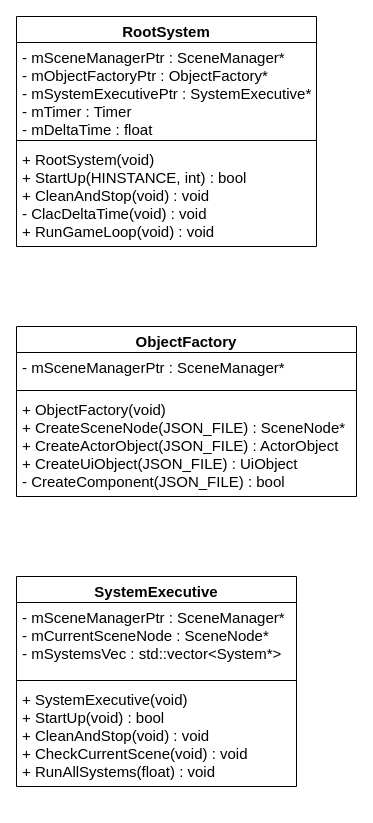
Above: page "Root" (3 of 7) of HycFrame3D.drawio in HIBICUS-CAI/HycFrame3D (draw.io), before the change. Source tidied: cells renumbered, new cells numbered last; positions are measured from the earlier drawing's top-left corner, leaving out a move shared by most shapes. Both pictures are drawn from the tidied source at 100%, with x=0, y=0 at pixel (16, 16).
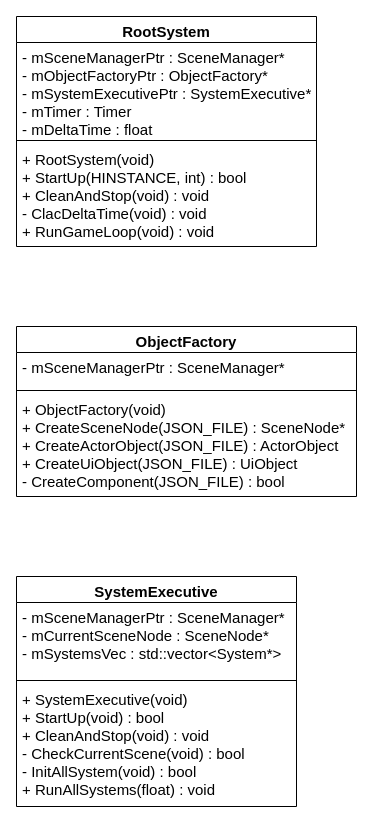
The same diagram, later.

What changed in the source:
```diff
@@
 <mxGraphModel>
   <root>
     <mxCell id="0" />
     <mxCell id="1" parent="0" />
     <mxCell id="2" value="RootSystem" style="swimlane;fontStyle=1;align=center;verticalAlign=top;horizontal=1;startSize=26;fontSize=15;" parent="1" vertex="1">
       <mxGeometry width="300" height="230" as="geometry" />
     </mxCell>
     <mxCell id="3" value="- mSceneManagerPtr : SceneManager*&#10;- mObjectFactoryPtr : ObjectFactory*&#10;- mSystemExecutivePtr : SystemExecutive*&#10;- mTimer : Timer&#10;- mDeltaTime : float" style="text;strokeColor=none;fillColor=none;align=left;verticalAlign=top;spacingLeft=4;spacingRight=4;overflow=hidden;fontSize=15;" parent="2" vertex="1">
       <mxGeometry y="26" width="300" height="94" as="geometry" />
     </mxCell>
     <mxCell id="4" style="line;strokeWidth=1;fillColor=none;align=left;verticalAlign=middle;spacingTop=-1;spacingLeft=3;spacingRight=3;labelPosition=right;" parent="2" vertex="1">
       <mxGeometry y="120" width="300" height="8" as="geometry" />
     </mxCell>
     <mxCell id="5" value="+ RootSystem(void)&#10;+ StartUp(HINSTANCE, int) : bool&#10;+ CleanAndStop(void) : void&#10;- ClacDeltaTime(void) : void&#10;+ RunGameLoop(void) : void" style="text;strokeColor=none;fillColor=none;align=left;verticalAlign=top;spacingLeft=4;spacingRight=4;overflow=hidden;fontSize=15;" parent="2" vertex="1">
       <mxGeometry y="128" width="300" height="102" as="geometry" />
     </mxCell>
     <mxCell id="6" value="ObjectFactory" style="swimlane;fontStyle=1;align=center;verticalAlign=top;horizontal=1;startSize=26;fontSize=15;" parent="1" vertex="1">
       <mxGeometry y="310" width="340" height="170" as="geometry" />
     </mxCell>
     <mxCell id="7" value="- mSceneManagerPtr : SceneManager*" style="text;strokeColor=none;fillColor=none;align=left;verticalAlign=top;spacingLeft=4;spacingRight=4;overflow=hidden;fontSize=15;" parent="6" vertex="1">
       <mxGeometry y="26" width="340" height="34" as="geometry" />
     </mxCell>
     <mxCell id="8" style="line;strokeWidth=1;fillColor=none;align=left;verticalAlign=middle;spacingTop=-1;spacingLeft=3;spacingRight=3;labelPosition=right;" parent="6" vertex="1">
       <mxGeometry y="60" width="340" height="8" as="geometry" />
     </mxCell>
     <mxCell id="9" value="+ ObjectFactory(void)&#10;+ CreateSceneNode(JSON_FILE) : SceneNode*&#10;+ CreateActorObject(JSON_FILE) : ActorObject&#10;+ CreateUiObject(JSON_FILE) : UiObject&#10;- CreateComponent(JSON_FILE) : bool" style="text;strokeColor=none;fillColor=none;align=left;verticalAlign=top;spacingLeft=4;spacingRight=4;overflow=hidden;fontSize=15;" parent="6" vertex="1">
       <mxGeometry y="68" width="340" height="102" as="geometry" />
     </mxCell>
     <mxCell id="10" value="SystemExecutive" style="swimlane;fontStyle=1;align=center;verticalAlign=top;horizontal=1;startSize=26;fontSize=15;" parent="1" vertex="1">
-      <mxGeometry y="560" width="280" height="210" as="geometry" />
+      <mxGeometry y="560" width="280" height="230" as="geometry" />
     </mxCell>
     <mxCell id="11" value="- mSceneManagerPtr : SceneManager*&#10;- mCurrentSceneNode : SceneNode*&#10;- mSystemsVec : std::vector&lt;System*&gt;" style="text;strokeColor=none;fillColor=none;align=left;verticalAlign=top;spacingLeft=4;spacingRight=4;overflow=hidden;fontSize=15;" parent="10" vertex="1">
       <mxGeometry y="26" width="280" height="74" as="geometry" />
     </mxCell>
     <mxCell id="12" style="line;strokeWidth=1;fillColor=none;align=left;verticalAlign=middle;spacingTop=-1;spacingLeft=3;spacingRight=3;labelPosition=right;" parent="10" vertex="1">
       <mxGeometry y="100" width="280" height="8" as="geometry" />
     </mxCell>
-    <mxCell id="13" value="+ SystemExecutive(void)&#10;+ StartUp(void) : bool&#10;+ CleanAndStop(void) : void&#10;+ CheckCurrentScene(void) : void&#10;+ RunAllSystems(float) : void" style="text;strokeColor=none;fillColor=none;align=left;verticalAlign=top;spacingLeft=4;spacingRight=4;overflow=hidden;fontSize=15;" parent="10" vertex="1">
-      <mxGeometry y="108" width="280" height="102" as="geometry" />
+    <mxCell id="13" value="+ SystemExecutive(void)&#10;+ StartUp(void) : bool&#10;+ CleanAndStop(void) : void&#10;- CheckCurrentScene(void) : bool&#10;- InitAllSystem(void) : bool&#10;+ RunAllSystems(float) : void" style="text;strokeColor=none;fillColor=none;align=left;verticalAlign=top;spacingLeft=4;spacingRight=4;overflow=hidden;fontSize=15;" parent="10" vertex="1">
+      <mxGeometry y="108" width="280" height="122" as="geometry" />
     </mxCell>
   </root>
 </mxGraphModel>
```
